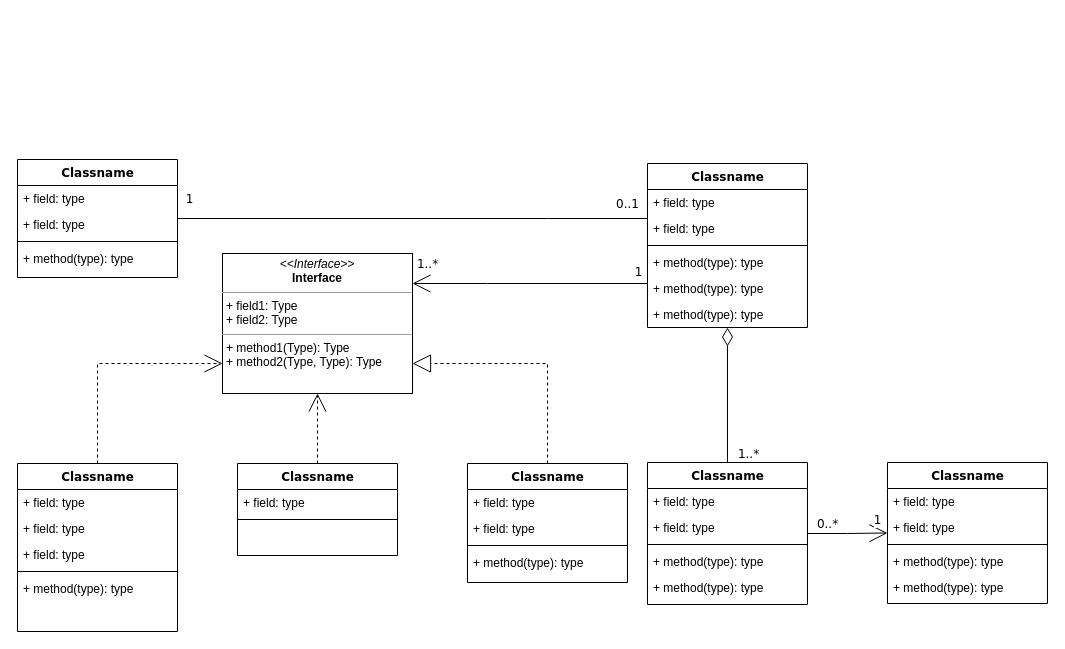
This is Diagramme sans nom.drawio from Lyricallll/get_next_line, a draw.io file, before an edit. Source tidied: cells renumbered, new cells numbered last; positions are measured from the earlier drawing's top-left corner, leaving out a move shared by most shapes. Both pictures are drawn from the tidied source at 100%, with x=0, y=0 at pixel (17, 159).
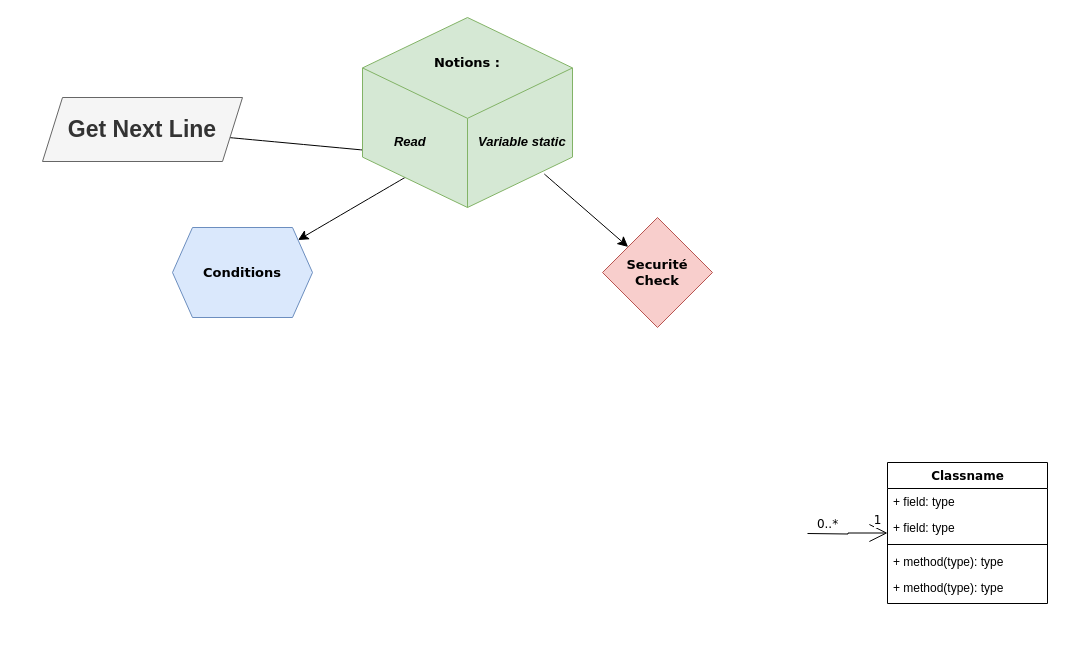
After the change.

Commit message (it also covers changes not shown here):
Mettre à jour Diagramme sans nom.drawio

The change refers to these unchanged cells:
```xml
<mxCell id="42" value="Classname" style="swimlane;html=1;fontStyle=1;align=center;verticalAlign=top;horizontal=1;startSize=26;swimlaneFillColor=#ffffff;rounded=0;shadow=0;comic=0;labelBackgroundColor=none;strokeWidth=1;fillColor=none;fontFamily=Verdana;fontSize=12;" parent="1" vertex="1">
  <mxGeometry x="870" y="303" width="160" height="141" as="geometry" />
</mxCell>
```

What changed in the source:
```diff
@@
-    <mxCell id="2" style="edgeStyle=orthogonalEdgeStyle;rounded=0;html=1;dashed=1;labelBackgroundColor=none;startArrow=none;startFill=0;startSize=8;endArrow=open;endFill=0;endSize=16;fontFamily=Verdana;fontSize=12;" parent="1" edge="1" source="3" target="54">
-      <mxGeometry relative="1" as="geometry">
-        <Array as="points">
-          <mxPoint x="80" y="204" />
-        </Array>
-      </mxGeometry>
-    </mxCell>
-    <mxCell id="3" value="Classname" style="swimlane;html=1;fontStyle=1;align=center;verticalAlign=top;horizontal=1;startSize=26;swimlaneFillColor=#ffffff;rounded=0;shadow=0;comic=0;labelBackgroundColor=none;strokeWidth=1;fillColor=none;fontFamily=Verdana;fontSize=12;" parent="1" vertex="1">
-      <mxGeometry y="304" width="160" height="168" as="geometry" />
-    </mxCell>
-    <mxCell id="4" value="+ field: type" style="text;html=1;strokeColor=none;fillColor=none;align=left;verticalAlign=top;spacingLeft=4;spacingRight=4;whiteSpace=wrap;overflow=hidden;" parent="3" vertex="1">
-      <mxGeometry y="26" width="160" height="26" as="geometry" />
-    </mxCell>
-    <mxCell id="5" value="+ field: type" style="text;html=1;strokeColor=none;fillColor=none;align=left;verticalAlign=top;spacingLeft=4;spacingRight=4;whiteSpace=wrap;overflow=hidden;" parent="3" vertex="1">
-      <mxGeometry y="52" width="160" height="26" as="geometry" />
-    </mxCell>
-    <mxCell id="6" value="+ field: type" style="text;html=1;strokeColor=none;fillColor=none;align=left;verticalAlign=top;spacingLeft=4;spacingRight=4;whiteSpace=wrap;overflow=hidden;" parent="3" vertex="1">
-      <mxGeometry y="78" width="160" height="26" as="geometry" />
-    </mxCell>
-    <mxCell id="7" style="line;html=1;strokeWidth=1;fillColor=none;align=left;verticalAlign=middle;spacingTop=-1;spacingLeft=3;spacingRight=3;labelPosition=right;" parent="3" vertex="1">
-      <mxGeometry y="104" width="160" height="8" as="geometry" />
-    </mxCell>
-    <mxCell id="8" value="+ method(type): type" style="text;html=1;strokeColor=none;fillColor=none;align=left;verticalAlign=top;spacingLeft=4;spacingRight=4;whiteSpace=wrap;overflow=hidden;" parent="3" vertex="1">
-      <mxGeometry y="112" width="160" height="26" as="geometry" />
-    </mxCell>
-    <mxCell id="9" value="Classname" style="swimlane;html=1;fontStyle=1;align=center;verticalAlign=top;horizontal=1;startSize=26;swimlaneFillColor=#ffffff;rounded=0;shadow=0;comic=0;labelBackgroundColor=none;strokeWidth=1;fillColor=none;fontFamily=Verdana;fontSize=12;" parent="1" vertex="1">
-      <mxGeometry width="160" height="118" as="geometry" />
-    </mxCell>
-    <mxCell id="10" value="+ field: type" style="text;html=1;strokeColor=none;fillColor=none;align=left;verticalAlign=top;spacingLeft=4;spacingRight=4;whiteSpace=wrap;overflow=hidden;" parent="9" vertex="1">
-      <mxGeometry y="26" width="160" height="26" as="geometry" />
-    </mxCell>
-    <mxCell id="11" value="+ field: type" style="text;html=1;strokeColor=none;fillColor=none;align=left;verticalAlign=top;spacingLeft=4;spacingRight=4;whiteSpace=wrap;overflow=hidden;" parent="9" vertex="1">
-      <mxGeometry y="52" width="160" height="26" as="geometry" />
-    </mxCell>
-    <mxCell id="12" style="line;html=1;strokeWidth=1;fillColor=none;align=left;verticalAlign=middle;spacingTop=-1;spacingLeft=3;spacingRight=3;labelPosition=right;" parent="9" vertex="1">
-      <mxGeometry y="78" width="160" height="8" as="geometry" />
-    </mxCell>
-    <mxCell id="13" value="+ method(type): type" style="text;html=1;strokeColor=none;fillColor=none;align=left;verticalAlign=top;spacingLeft=4;spacingRight=4;whiteSpace=wrap;overflow=hidden;" parent="9" vertex="1">
-      <mxGeometry y="86" width="160" height="26" as="geometry" />
-    </mxCell>
-    <mxCell id="14" style="edgeStyle=orthogonalEdgeStyle;rounded=0;html=1;labelBackgroundColor=none;startArrow=none;startFill=0;startSize=8;endArrow=open;endFill=0;endSize=16;fontFamily=Verdana;fontSize=12;" parent="1" edge="1" source="20" target="54">
-      <mxGeometry relative="1" as="geometry">
-        <Array as="points">
-          <mxPoint x="470" y="124" />
-          <mxPoint x="470" y="124" />
-        </Array>
-      </mxGeometry>
-    </mxCell>
-    <mxCell id="15" value="1..*" style="text;html=1;align=center;verticalAlign=middle;labelBackgroundColor=#ffffff;fontSize=12;fontFamily=Verdana;" parent="14" vertex="1">
-      <mxGeometry x="0.86" y="2" relative="1" as="geometry">
-        <mxPoint x="-2" y="-22" as="offset" />
-      </mxGeometry>
-    </mxCell>
-    <mxCell id="16" value="1" style="text;html=1;align=center;verticalAlign=middle;labelBackgroundColor=#ffffff;fontSize=12;fontFamily=Verdana;" parent="14" vertex="1">
-      <mxGeometry x="0.36" y="152" relative="1" as="geometry">
-        <mxPoint x="150" y="-164" as="offset" />
-      </mxGeometry>
-    </mxCell>
-    <mxCell id="17" style="edgeStyle=orthogonalEdgeStyle;rounded=0;html=1;labelBackgroundColor=none;startArrow=none;startFill=0;startSize=8;endArrow=none;endFill=0;endSize=16;fontFamily=Verdana;fontSize=12;" parent="1" edge="1" source="20" target="9">
-      <mxGeometry relative="1" as="geometry">
-        <Array as="points">
-          <mxPoint x="530" y="59" />
-          <mxPoint x="530" y="59" />
-        </Array>
-      </mxGeometry>
-    </mxCell>
-    <mxCell id="18" value="0..1" style="text;html=1;align=center;verticalAlign=middle;labelBackgroundColor=#ffffff;fontSize=12;fontFamily=Verdana;" parent="17" vertex="1">
-      <mxGeometry x="-0.57" y="-86" relative="1" as="geometry">
-        <mxPoint x="80" y="71" as="offset" />
-      </mxGeometry>
-    </mxCell>
-    <mxCell id="19" value="1" style="text;html=1;align=center;verticalAlign=middle;labelBackgroundColor=#ffffff;fontSize=12;fontFamily=Verdana;" parent="17" vertex="1">
-      <mxGeometry x="0.89" y="-1" relative="1" as="geometry">
-        <mxPoint x="-15" y="-19" as="offset" />
-      </mxGeometry>
-    </mxCell>
-    <mxCell id="20" value="Classname" style="swimlane;html=1;fontStyle=1;align=center;verticalAlign=top;horizontal=1;startSize=26;swimlaneFillColor=#ffffff;rounded=0;shadow=0;comic=0;labelBackgroundColor=none;strokeWidth=1;fillColor=none;fontFamily=Verdana;fontSize=12;" parent="1" vertex="1">
-      <mxGeometry x="630" y="4" width="160" height="164" as="geometry" />
-    </mxCell>
-    <mxCell id="21" value="+ field: type" style="text;html=1;strokeColor=none;fillColor=none;align=left;verticalAlign=top;spacingLeft=4;spacingRight=4;whiteSpace=wrap;overflow=hidden;" parent="20" vertex="1">
-      <mxGeometry y="26" width="160" height="26" as="geometry" />
-    </mxCell>
-    <mxCell id="22" value="+ field: type" style="text;html=1;strokeColor=none;fillColor=none;align=left;verticalAlign=top;spacingLeft=4;spacingRight=4;whiteSpace=wrap;overflow=hidden;points=[[0,0.5],[1,0.5]];portConstraint=eastwest;" parent="20" vertex="1">
-      <mxGeometry y="52" width="160" height="26" as="geometry" />
-    </mxCell>
-    <mxCell id="23" style="line;html=1;strokeWidth=1;fillColor=none;align=left;verticalAlign=middle;spacingTop=-1;spacingLeft=3;spacingRight=3;labelPosition=right;" parent="20" vertex="1">
-      <mxGeometry y="78" width="160" height="8" as="geometry" />
-    </mxCell>
-    <mxCell id="24" value="+ method(type): type" style="text;html=1;strokeColor=none;fillColor=none;align=left;verticalAlign=top;spacingLeft=4;spacingRight=4;whiteSpace=wrap;overflow=hidden;" parent="20" vertex="1">
-      <mxGeometry y="86" width="160" height="26" as="geometry" />
-    </mxCell>
-    <mxCell id="25" value="+ method(type): type" style="text;html=1;strokeColor=none;fillColor=none;align=left;verticalAlign=top;spacingLeft=4;spacingRight=4;whiteSpace=wrap;overflow=hidden;" parent="20" vertex="1">
-      <mxGeometry y="112" width="160" height="26" as="geometry" />
-    </mxCell>
-    <mxCell id="26" value="+ method(type): type" style="text;html=1;strokeColor=none;fillColor=none;align=left;verticalAlign=top;spacingLeft=4;spacingRight=4;whiteSpace=wrap;overflow=hidden;" parent="20" vertex="1">
-      <mxGeometry y="138" width="160" height="26" as="geometry" />
-    </mxCell>
-    <mxCell id="27" style="edgeStyle=orthogonalEdgeStyle;rounded=0;html=1;dashed=1;labelBackgroundColor=none;startArrow=none;startFill=0;startSize=8;endArrow=open;endFill=0;endSize=16;fontFamily=Verdana;fontSize=12;" parent="1" edge="1" source="28" target="54">
-      <mxGeometry relative="1" as="geometry" />
-    </mxCell>
-    <mxCell id="28" value="Classname" style="swimlane;html=1;fontStyle=1;align=center;verticalAlign=top;horizontal=1;startSize=26;swimlaneFillColor=#ffffff;rounded=0;shadow=0;comic=0;labelBackgroundColor=none;strokeWidth=1;fillColor=none;fontFamily=Verdana;fontSize=12;" parent="1" vertex="1">
-      <mxGeometry x="220" y="304" width="160" height="92" as="geometry" />
-    </mxCell>
-    <mxCell id="29" value="+ field: type" style="text;html=1;strokeColor=none;fillColor=none;align=left;verticalAlign=top;spacingLeft=4;spacingRight=4;whiteSpace=wrap;overflow=hidden;" parent="28" vertex="1">
-      <mxGeometry y="26" width="160" height="26" as="geometry" />
-    </mxCell>
-    <mxCell id="30" style="line;html=1;strokeWidth=1;fillColor=none;align=left;verticalAlign=middle;spacingTop=-1;spacingLeft=3;spacingRight=3;labelPosition=right;" parent="28" vertex="1">
-      <mxGeometry y="52" width="160" height="8" as="geometry" />
-    </mxCell>
-    <mxCell id="31" style="edgeStyle=orthogonalEdgeStyle;rounded=0;html=1;labelBackgroundColor=none;startArrow=none;startFill=0;startSize=8;endArrow=diamondThin;endFill=0;endSize=16;fontFamily=Verdana;fontSize=12;" parent="1" edge="1" source="36" target="20">
-      <mxGeometry relative="1" as="geometry" />
-    </mxCell>
-    <mxCell id="32" value="1..*" style="text;html=1;align=center;verticalAlign=middle;labelBackgroundColor=#ffffff;fontSize=12;fontFamily=Verdana;" parent="31" vertex="1">
-      <mxGeometry x="-0.85" y="-1" relative="1" as="geometry">
-        <mxPoint x="19" y="1" as="offset" />
-      </mxGeometry>
-    </mxCell>
+    <mxCell id="55" style="edgeStyle=none;curved=1;rounded=0;jettySize=auto;html=1;fontSize=12;startSize=8;endSize=8;exitX=0.866;exitY=0.824;exitDx=0;exitDy=0;exitPerimeter=0;" parent="1" edge="1" source="61" target="59">
+      <mxGeometry relative="1" as="geometry" />
+    </mxCell>
+    <mxCell id="56" style="edgeStyle=none;curved=1;rounded=0;jettySize=auto;html=1;fontSize=12;startSize=8;endSize=8;exitX=0.224;exitY=0.828;exitDx=0;exitDy=0;exitPerimeter=0;" parent="1" edge="1" source="61" target="60">
+      <mxGeometry relative="1" as="geometry" />
+    </mxCell>
-    <mxCell id="33" style="edgeStyle=orthogonalEdgeStyle;rounded=0;html=1;labelBackgroundColor=none;startArrow=none;startFill=0;startSize=8;endArrow=open;endFill=0;endSize=16;fontFamily=Verdana;fontSize=12;" parent="1" edge="1" source="36" target="42">
-      <mxGeometry relative="1" as="geometry" />
+    <mxCell id="33" style="edgeStyle=orthogonalEdgeStyle;rounded=0;html=1;labelBackgroundColor=none;startArrow=none;startFill=0;startSize=8;endArrow=open;endFill=0;endSize=16;fontFamily=Verdana;fontSize=12;" parent="1" edge="1" target="42">
+      <mxGeometry relative="1" as="geometry">
+        <mxPoint x="790" y="374" as="sourcePoint" />
+      </mxGeometry>
     </mxCell>
@@
-    <mxCell id="36" value="Classname" style="swimlane;html=1;fontStyle=1;align=center;verticalAlign=top;horizontal=1;startSize=26;swimlaneFillColor=#ffffff;rounded=0;shadow=0;comic=0;labelBackgroundColor=none;strokeWidth=1;fillColor=none;fontFamily=Verdana;fontSize=12;" parent="1" vertex="1">
-      <mxGeometry x="630" y="303" width="160" height="142" as="geometry" />
-    </mxCell>
-    <mxCell id="37" value="+ field: type" style="text;html=1;strokeColor=none;fillColor=none;align=left;verticalAlign=top;spacingLeft=4;spacingRight=4;whiteSpace=wrap;overflow=hidden;" parent="36" vertex="1">
-      <mxGeometry y="26" width="160" height="26" as="geometry" />
-    </mxCell>
-    <mxCell id="38" value="+ field: type" style="text;html=1;strokeColor=none;fillColor=none;align=left;verticalAlign=top;spacingLeft=4;spacingRight=4;whiteSpace=wrap;overflow=hidden;" parent="36" vertex="1">
-      <mxGeometry y="52" width="160" height="26" as="geometry" />
-    </mxCell>
-    <mxCell id="39" style="line;html=1;strokeWidth=1;fillColor=none;align=left;verticalAlign=middle;spacingTop=-1;spacingLeft=3;spacingRight=3;labelPosition=right;" parent="36" vertex="1">
-      <mxGeometry y="78" width="160" height="8" as="geometry" />
-    </mxCell>
-    <mxCell id="40" value="+ method(type): type" style="text;html=1;strokeColor=none;fillColor=none;align=left;verticalAlign=top;spacingLeft=4;spacingRight=4;whiteSpace=wrap;overflow=hidden;" parent="36" vertex="1">
-      <mxGeometry y="86" width="160" height="26" as="geometry" />
-    </mxCell>
-    <mxCell id="41" value="+ method(type): type" style="text;html=1;strokeColor=none;fillColor=none;align=left;verticalAlign=top;spacingLeft=4;spacingRight=4;whiteSpace=wrap;overflow=hidden;" parent="36" vertex="1">
-      <mxGeometry y="112" width="160" height="26" as="geometry" />
-    </mxCell>
@@
-    <mxCell id="48" style="edgeStyle=orthogonalEdgeStyle;rounded=0;html=1;dashed=1;labelBackgroundColor=none;startArrow=none;startFill=0;startSize=8;endArrow=block;endFill=0;endSize=16;fontFamily=Verdana;fontSize=12;" parent="1" edge="1" source="49" target="54">
-      <mxGeometry relative="1" as="geometry">
-        <Array as="points">
-          <mxPoint x="530" y="204" />
-        </Array>
-      </mxGeometry>
-    </mxCell>
-    <mxCell id="49" value="Classname" style="swimlane;html=1;fontStyle=1;align=center;verticalAlign=top;horizontal=1;startSize=26;swimlaneFillColor=#ffffff;rounded=0;shadow=0;comic=0;labelBackgroundColor=none;strokeWidth=1;fillColor=none;fontFamily=Verdana;fontSize=12;" parent="1" vertex="1">
-      <mxGeometry x="450" y="304" width="160" height="119" as="geometry" />
-    </mxCell>
-    <mxCell id="50" value="+ field: type" style="text;html=1;strokeColor=none;fillColor=none;align=left;verticalAlign=top;spacingLeft=4;spacingRight=4;whiteSpace=wrap;overflow=hidden;" parent="49" vertex="1">
-      <mxGeometry y="26" width="160" height="26" as="geometry" />
-    </mxCell>
-    <mxCell id="51" value="+ field: type" style="text;html=1;strokeColor=none;fillColor=none;align=left;verticalAlign=top;spacingLeft=4;spacingRight=4;whiteSpace=wrap;overflow=hidden;" parent="49" vertex="1">
-      <mxGeometry y="52" width="160" height="26" as="geometry" />
-    </mxCell>
-    <mxCell id="52" style="line;html=1;strokeWidth=1;fillColor=none;align=left;verticalAlign=middle;spacingTop=-1;spacingLeft=3;spacingRight=3;labelPosition=right;" parent="49" vertex="1">
-      <mxGeometry y="78" width="160" height="8" as="geometry" />
-    </mxCell>
-    <mxCell id="53" value="+ method(type): type" style="text;html=1;strokeColor=none;fillColor=none;align=left;verticalAlign=top;spacingLeft=4;spacingRight=4;whiteSpace=wrap;overflow=hidden;" parent="49" vertex="1">
-      <mxGeometry y="86" width="160" height="26" as="geometry" />
-    </mxCell>
-    <mxCell id="54" value="&lt;p style=&quot;margin:0px;margin-top:4px;text-align:center;&quot;&gt;&lt;i&gt;&amp;lt;&amp;lt;Interface&amp;gt;&amp;gt;&lt;/i&gt;&lt;br/&gt;&lt;b&gt;Interface&lt;/b&gt;&lt;/p&gt;&lt;hr size=&quot;1&quot;/&gt;&lt;p style=&quot;margin:0px;margin-left:4px;&quot;&gt;+ field1: Type&lt;br/&gt;+ field2: Type&lt;/p&gt;&lt;hr size=&quot;1&quot;/&gt;&lt;p style=&quot;margin:0px;margin-left:4px;&quot;&gt;+ method1(Type): Type&lt;br/&gt;+ method2(Type, Type): Type&lt;/p&gt;" style="verticalAlign=top;align=left;overflow=fill;fontSize=12;fontFamily=Helvetica;html=1;rounded=0;shadow=0;comic=0;labelBackgroundColor=none;strokeWidth=1;" parent="1" vertex="1">
-      <mxGeometry x="205" y="94" width="190" height="140" as="geometry" />
-    </mxCell>
+    <mxCell id="57" style="edgeStyle=none;curved=1;rounded=0;jettySize=auto;html=1;fontSize=12;startSize=8;endSize=8;entryX=0.023;entryY=-0.083;entryDx=0;entryDy=0;entryPerimeter=0;" parent="1" edge="1" source="58" target="22">
+      <mxGeometry relative="1" as="geometry" />
+    </mxCell>
+    <mxCell id="58" value="Get Next Line" style="shape=parallelogram;perimeter=parallelogramPerimeter;whiteSpace=wrap;html=1;fixedSize=1;fontStyle=1;fontSize=23;fillColor=#f5f5f5;fontColor=#333333;strokeColor=#666666;" parent="1" vertex="1">
+      <mxGeometry x="25" y="-62" width="200" height="64" as="geometry" />
+    </mxCell>
+    <mxCell id="59" value="Securité&lt;div&gt;Check&lt;/div&gt;" style="rhombus;whiteSpace=wrap;html=1;fontSize=13;fontFamily=Verdana;verticalAlign=middle;fillColor=#f8cecc;fontStyle=1;startSize=26;swimlaneFillColor=#ffffff;rounded=0;shadow=0;comic=0;labelBackgroundColor=none;strokeWidth=1;strokeColor=#b85450;" parent="1" vertex="1">
+      <mxGeometry x="585" y="58" width="110" height="110" as="geometry" />
+    </mxCell>
+    <mxCell id="60" value="Conditions" style="shape=hexagon;perimeter=hexagonPerimeter2;whiteSpace=wrap;html=1;fixedSize=1;fontSize=13;fontFamily=Verdana;verticalAlign=middle;fillColor=#dae8fc;fontStyle=1;startSize=26;swimlaneFillColor=#ffffff;rounded=0;shadow=0;comic=0;labelBackgroundColor=none;strokeWidth=1;strokeColor=#6c8ebf;" parent="1" vertex="1">
+      <mxGeometry x="155" y="68" width="140" height="90" as="geometry" />
+    </mxCell>
+    <mxCell id="61" value="&lt;div&gt;&lt;span style=&quot;font-family: Verdana; font-size: 13px; font-weight: 700; text-wrap: nowrap; background-color: initial;&quot;&gt;&lt;br&gt;&lt;/span&gt;&lt;/div&gt;&lt;div&gt;&lt;span style=&quot;font-family: Verdana; font-size: 13px; font-weight: 700; text-wrap: nowrap; background-color: initial;&quot;&gt;&lt;br&gt;&lt;/span&gt;&lt;/div&gt;&lt;div&gt;&lt;span style=&quot;font-family: Verdana; font-size: 13px; font-weight: 700; text-wrap: nowrap; background-color: initial;&quot;&gt;Notions :&lt;/span&gt;&lt;br&gt;&lt;/div&gt;&lt;div&gt;&lt;span style=&quot;font-family: Verdana; font-size: 13px; font-weight: 700; text-wrap: nowrap; background-color: initial;&quot;&gt;&lt;br&gt;&lt;/span&gt;&lt;/div&gt;&lt;div&gt;&lt;span style=&quot;font-family: Verdana; font-size: 13px; font-weight: 700; text-wrap: nowrap; background-color: initial;&quot;&gt;&lt;br&gt;&lt;/span&gt;&lt;/div&gt;&lt;div&gt;&lt;br&gt;&lt;/div&gt;&lt;div style=&quot;text-align: left;&quot;&gt;&lt;br&gt;&lt;/div&gt;" style="html=1;whiteSpace=wrap;shape=isoCube2;backgroundOutline=1;isoAngle=15;verticalAlign=top;fillColor=#d5e8d4;strokeColor=#82b366;" parent="1" vertex="1">
+      <mxGeometry x="345" y="-142" width="210" height="190" as="geometry" />
+    </mxCell>
+    <mxCell id="22" value="&amp;nbsp; &amp;nbsp; &amp;nbsp; &amp;nbsp; Read" style="text;html=1;strokeColor=none;fillColor=none;align=left;verticalAlign=top;spacingLeft=1;spacingRight=4;whiteSpace=wrap;overflow=hidden;points=[[0,0.5],[1,0.5]];portConstraint=eastwest;fontStyle=3;fontSize=13;spacingBottom=0;flipV=0;flipH=0;direction=west;" parent="1" vertex="1">
+      <mxGeometry x="345" y="-32" width="110" height="30" as="geometry" />
+    </mxCell>
+    <mxCell id="21" value="Variable static&lt;div&gt;&lt;span style=&quot;white-space: pre;&quot;&gt;&#9;&lt;/span&gt;&lt;span style=&quot;white-space: pre;&quot;&gt;&#9;&lt;/span&gt;&lt;br&gt;&lt;/div&gt;" style="text;html=1;strokeColor=none;fillColor=none;align=left;verticalAlign=top;spacingLeft=4;spacingRight=4;whiteSpace=wrap;overflow=hidden;fontStyle=3;fontSize=13;" parent="1" vertex="1">
+      <mxGeometry x="455" y="-32" width="100" height="40" as="geometry" />
+    </mxCell>
```
